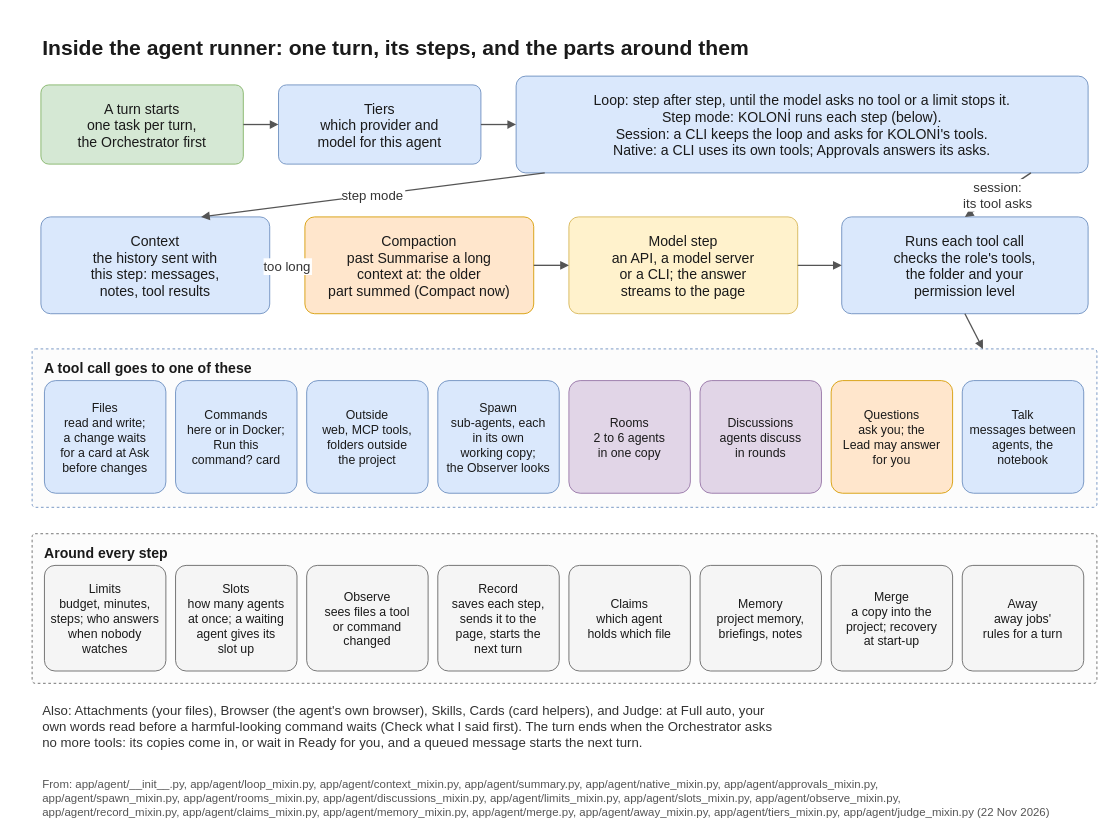
This is docs/diagrams/runner.drawio from flyingriverhorse/Koloni, a draw.io file, before an edit. Source tidied: cells renumbered, new cells numbered last; positions are measured from the earlier drawing's top-left corner, leaving out a move shared by most shapes. Both pictures are drawn from the tidied source at 88%, with x=0, y=0 at pixel (14, 14).
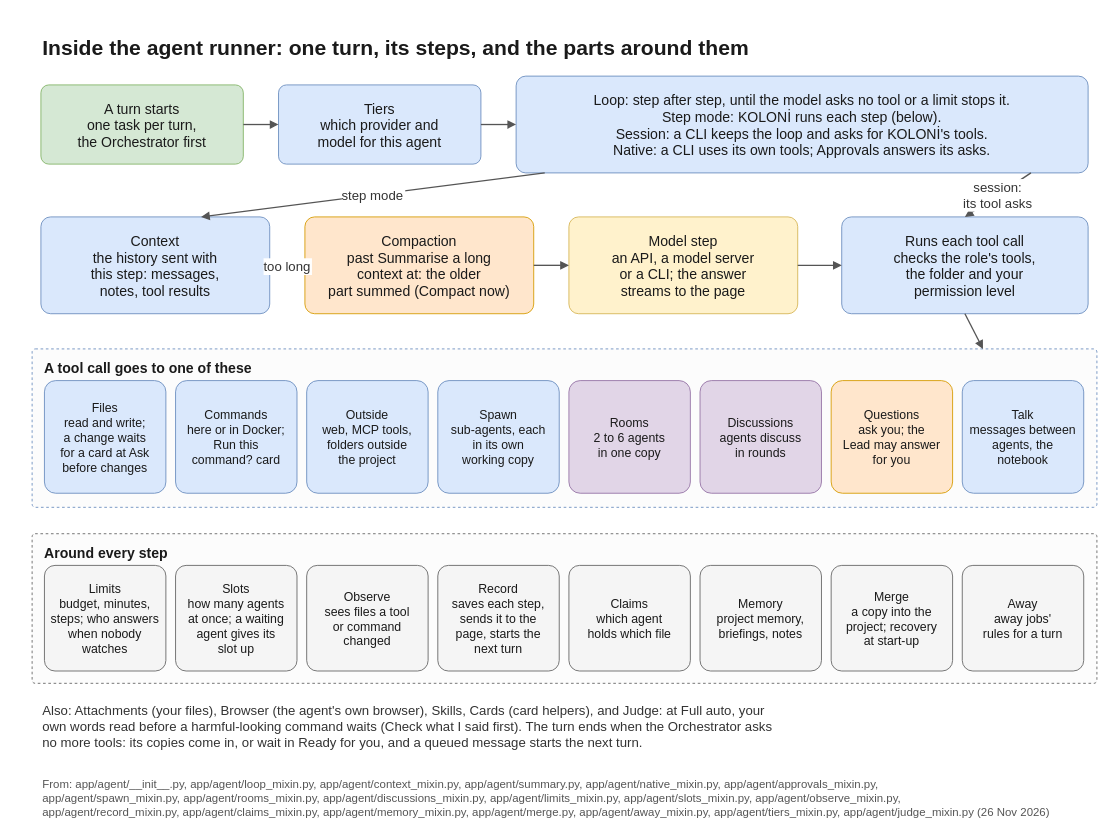
Above is the later version.

Commit message (it also covers changes not shown here):
Remove the Observer from the guide, README and the runner diagram

The edit, as a diff of the source:
```diff
@@
-    <mxCell id="23" value="Spawn&#10;sub-agents, each&#10;in its own&#10;working copy;&#10;the Observer looks" style="rounded=1;arcSize=10;fillColor=#dae8fc;strokeColor=#6c8ebf;fontFamily=Helvetica;fontColor=#1a1a1a;fontSize=14;spacing=6;" parent="1" vertex="1">
+    <mxCell id="23" value="Spawn&#10;sub-agents, each&#10;in its own&#10;working copy" style="rounded=1;arcSize=10;fillColor=#dae8fc;strokeColor=#6c8ebf;fontFamily=Helvetica;fontColor=#1a1a1a;fontSize=14;spacing=6;" parent="1" vertex="1">
       <mxGeometry x="481" y="416" width="138" height="128" as="geometry" />
     </mxCell>
@@
-    <mxCell id="38" value="From: app/agent/__init__.py, app/agent/loop_mixin.py, app/agent/context_mixin.py, app/agent/summary.py, app/agent/native_mixin.py, app/agent/approvals_mixin.py,&#10;app/agent/spawn_mixin.py, app/agent/rooms_mixin.py, app/agent/discussions_mixin.py, app/agent/limits_mixin.py, app/agent/slots_mixin.py, app/agent/observe_mixin.py,&#10;app/agent/record_mixin.py, app/agent/claims_mixin.py, app/agent/memory_mixin.py, app/agent/merge.py, app/agent/away_mixin.py, app/agent/tiers_mixin.py, app/agent/judge_mixin.py (22 Nov 2026)" style="text;strokeColor=none;fillColor=none;fontFamily=Helvetica;fontColor=#555555;fontSize=13;align=left;verticalAlign=top;" parent="1" vertex="1">
+    <mxCell id="38" value="From: app/agent/__init__.py, app/agent/loop_mixin.py, app/agent/context_mixin.py, app/agent/summary.py, app/agent/native_mixin.py, app/agent/approvals_mixin.py,&#10;app/agent/spawn_mixin.py, app/agent/rooms_mixin.py, app/agent/discussions_mixin.py, app/agent/limits_mixin.py, app/agent/slots_mixin.py, app/agent/observe_mixin.py,&#10;app/agent/record_mixin.py, app/agent/claims_mixin.py, app/agent/memory_mixin.py, app/agent/merge.py, app/agent/away_mixin.py, app/agent/tiers_mixin.py, app/agent/judge_mixin.py (26 Nov 2026)" style="text;strokeColor=none;fillColor=none;fontFamily=Helvetica;fontColor=#555555;fontSize=13;align=left;verticalAlign=top;" parent="1" vertex="1">
       <mxGeometry x="30" y="860" width="1180" height="40" as="geometry" />
     </mxCell>
```
